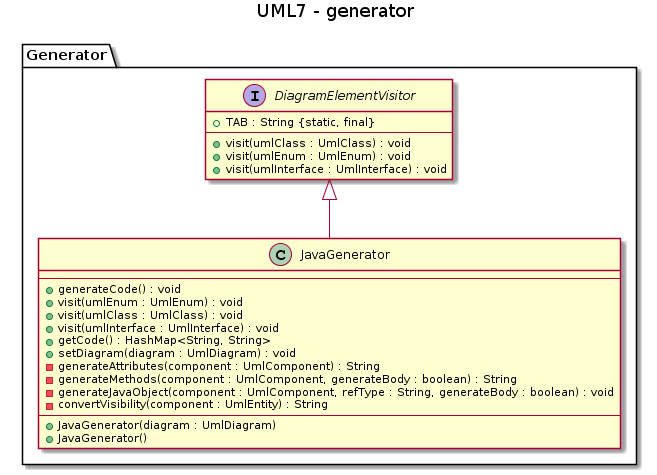
Above: doc/UML/generator.png in echodeltaFR/UML7 (PlantUML), before the change.
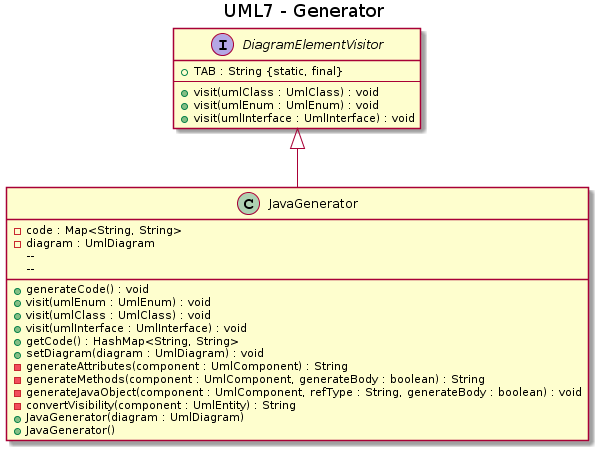
Above is the later version.

Commit message:
MàJ diagramme generator format image

Change to the diagram source:
```diff
@@ -1,7 +1,7 @@
 @startuml
-title UML7 - generator
+title UML7 - Generator
 
-interface Generator.DiagramElementVisitor {
+interface DiagramElementVisitor {
     + TAB : String {static, final}
     --
 	+ visit(umlClass : UmlClass) : void
@@ -9,7 +9,9 @@
 	+ visit(umlInterface : UmlInterface) : void
 }
 
-class Generator.JavaGenerator {
+class JavaGenerator {
+	- code : Map<String, String>
+	- diagram : UmlDiagram
     --
     + generateCode() : void
     + visit(umlEnum : UmlEnum) : void
@@ -26,9 +28,5 @@
     + JavaGenerator()
 }
 
-namespace Generator #FFFFFF {
-
-}
-
-Generator.DiagramElementVisitor <|-- Generator.JavaGenerator
+DiagramElementVisitor <|-- JavaGenerator
 @enduml
```
